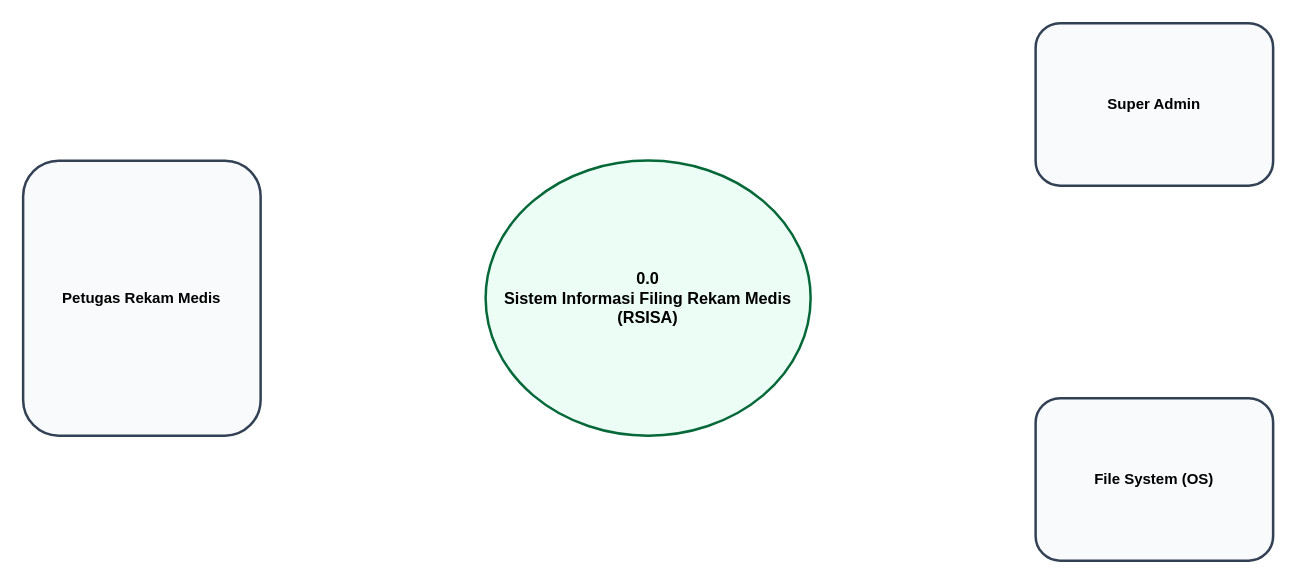
ghozahimma65/peminjaman-rm keeps this draw.io diagram as docs/dokumentasi-project/assets/diagram-final/DFD/DFD_Level_0/DFD_Level_0.drawio. Above is the earlier version. Source tidied: cells renumbered, new cells numbered last; positions are measured from the earlier drawing's top-left corner, leaving out a move shared by most shapes. Both pictures are drawn from the tidied source at 125%, with x=0, y=0 at pixel (22, 22).
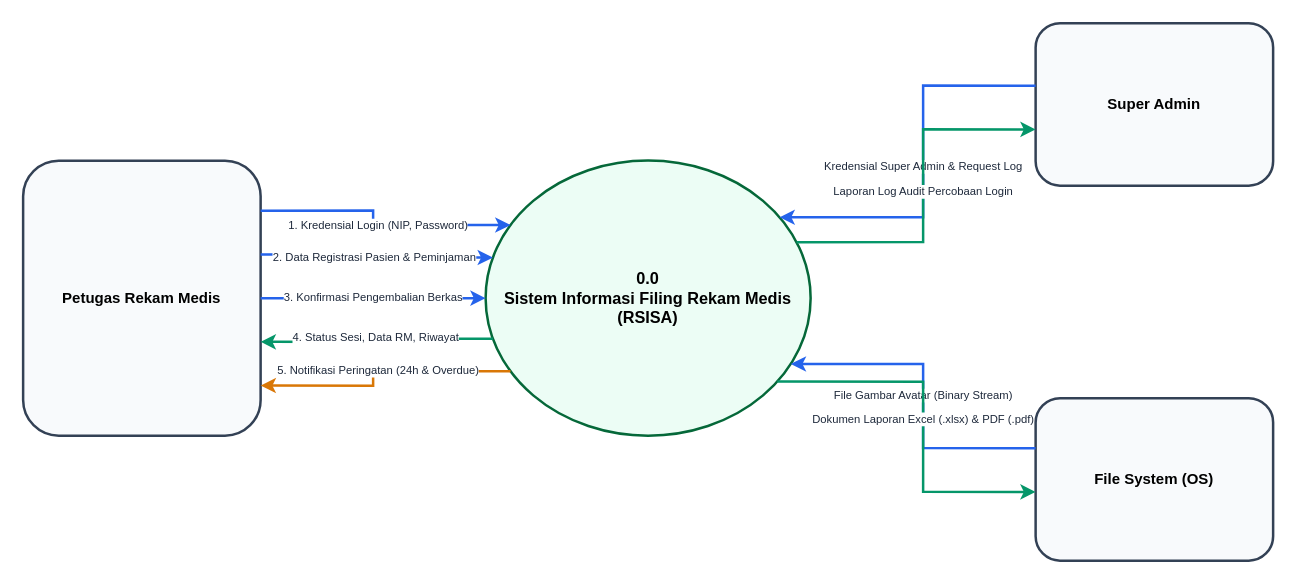
Above is the later version.

What changed in the source:
```diff
@@
 <mxGraphModel background="#ffffff">
   <root>
     <mxCell id="0" />
     <mxCell id="1" parent="0" />
     <mxCell id="2" value="0.0&#10;Sistem Informasi Filing Rekam Medis&#10;(RSISA)" style="ellipse;whiteSpace=wrap;html=1;fillColor=#ecfdf5;strokeColor=#056839;strokeWidth=2;fontStyle=1;fontSize=13;" parent="1" vertex="1">
       <mxGeometry x="370" y="110" width="260" height="220" as="geometry" />
     </mxCell>
     <mxCell id="3" value="Petugas Rekam Medis" style="rounded=1;whiteSpace=wrap;html=1;fillColor=#f8fafc;strokeColor=#334155;strokeWidth=2;fontStyle=1;fontSize=12;" parent="1" vertex="1">
       <mxGeometry y="110" width="190" height="220" as="geometry" />
     </mxCell>
     <mxCell id="4" value="Super Admin" style="rounded=1;whiteSpace=wrap;html=1;fillColor=#f8fafc;strokeColor=#334155;strokeWidth=2;fontStyle=1;fontSize=12;" parent="1" vertex="1">
       <mxGeometry x="810" width="190" height="130" as="geometry" />
     </mxCell>
     <mxCell id="5" value="File System (OS)" style="rounded=1;whiteSpace=wrap;html=1;fillColor=#f8fafc;strokeColor=#334155;strokeWidth=2;fontStyle=1;fontSize=12;" parent="1" vertex="1">
       <mxGeometry x="810" y="300" width="190" height="130" as="geometry" />
     </mxCell>
+    <mxCell id="6" value="1. Kredensial Login (NIP, Password)" style="edgeStyle=orthogonalEdgeStyle;rounded=0;jettySize=auto;html=1;exitX=1;exitY=0.182;exitDx=0;exitDy=0;entryX=0;entryY=0.182;entryDx=0;entryDy=0;strokeColor=#2563eb;strokeWidth=2;fontSize=9;fontColor=#1e293b;" parent="1" edge="1" source="3" target="2">
+      <mxGeometry relative="1" as="geometry" />
+    </mxCell>
+    <mxCell id="7" value="2. Data Registrasi Pasien &amp; Peminjaman" style="edgeStyle=orthogonalEdgeStyle;rounded=0;jettySize=auto;html=1;exitX=1;exitY=0.341;exitDx=0;exitDy=0;entryX=0;entryY=0.341;entryDx=0;entryDy=0;strokeColor=#2563eb;strokeWidth=2;fontSize=9;fontColor=#1e293b;" parent="1" edge="1" source="3" target="2">
+      <mxGeometry relative="1" as="geometry" />
+    </mxCell>
+    <mxCell id="8" value="3. Konfirmasi Pengembalian Berkas" style="edgeStyle=orthogonalEdgeStyle;rounded=0;jettySize=auto;html=1;exitX=1;exitY=0.5;exitDx=0;exitDy=0;entryX=0;entryY=0.5;entryDx=0;entryDy=0;strokeColor=#2563eb;strokeWidth=2;fontSize=9;fontColor=#1e293b;" parent="1" edge="1" source="3" target="2">
+      <mxGeometry relative="1" as="geometry" />
+    </mxCell>
+    <mxCell id="9" value="4. Status Sesi, Data RM, Riwayat" style="edgeStyle=orthogonalEdgeStyle;rounded=0;jettySize=auto;html=1;exitX=0;exitY=0.659;exitDx=0;exitDy=0;entryX=1;entryY=0.659;entryDx=0;entryDy=0;strokeColor=#059669;strokeWidth=2;fontSize=9;fontColor=#1e293b;" parent="1" edge="1" source="2" target="3">
+      <mxGeometry relative="1" as="geometry" />
+    </mxCell>
+    <mxCell id="10" value="5. Notifikasi Peringatan (24h &amp; Overdue)" style="edgeStyle=orthogonalEdgeStyle;rounded=0;jettySize=auto;html=1;exitX=0;exitY=0.818;exitDx=0;exitDy=0;entryX=1;entryY=0.818;entryDx=0;entryDy=0;strokeColor=#d97706;strokeWidth=2;fontSize=9;fontColor=#1e293b;" parent="1" edge="1" source="2" target="3">
+      <mxGeometry relative="1" as="geometry" />
+    </mxCell>
+    <mxCell id="11" value="Kredensial Super Admin &amp; Request Log" style="edgeStyle=orthogonalEdgeStyle;rounded=0;jettySize=auto;html=1;exitX=0;exitY=0.385;exitDx=0;exitDy=0;entryX=1;entryY=0.136;entryDx=0;entryDy=0;strokeColor=#2563eb;strokeWidth=2;fontSize=9;fontColor=#1e293b;" parent="1" edge="1" source="4" target="2">
+      <mxGeometry relative="1" as="geometry" />
+    </mxCell>
+    <mxCell id="12" value="Laporan Log Audit Percobaan Login" style="edgeStyle=orthogonalEdgeStyle;rounded=0;jettySize=auto;html=1;exitX=1;exitY=0.273;exitDx=0;exitDy=0;entryX=0;entryY=0.654;entryDx=0;entryDy=0;strokeColor=#059669;strokeWidth=2;fontSize=9;fontColor=#1e293b;" parent="1" edge="1" source="2" target="4">
+      <mxGeometry relative="1" as="geometry" />
+    </mxCell>
+    <mxCell id="13" value="File Gambar Avatar (Binary Stream)" style="edgeStyle=orthogonalEdgeStyle;rounded=0;jettySize=auto;html=1;exitX=0;exitY=0.308;exitDx=0;exitDy=0;entryX=1;entryY=0.773;entryDx=0;entryDy=0;strokeColor=#2563eb;strokeWidth=2;fontSize=9;fontColor=#1e293b;" parent="1" edge="1" source="5" target="2">
+      <mxGeometry relative="1" as="geometry" />
+    </mxCell>
+    <mxCell id="14" value="Dokumen Laporan Excel (.xlsx) &amp; PDF (.pdf)" style="edgeStyle=orthogonalEdgeStyle;rounded=0;jettySize=auto;html=1;exitX=1;exitY=0.886;exitDx=0;exitDy=0;entryX=0;entryY=0.577;entryDx=0;entryDy=0;strokeColor=#059669;strokeWidth=2;fontSize=9;fontColor=#1e293b;" parent="1" edge="1" source="2" target="5">
+      <mxGeometry relative="1" as="geometry" />
+    </mxCell>
   </root>
 </mxGraphModel>
```
